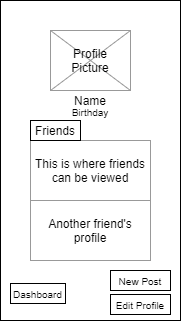
This is ux-design/Friends.png from agile-dev-assignments/user-experience-design-team-luniao-devolved, a draw.io export, as it was before one commit. Source tidied: cells renumbered, new cells last; positions are measured from the earlier drawing's top-left corner, leaving out a move shared by most shapes. Source of this version:
```xml
<mxGraphModel>
  <root>
    <mxCell id="0" />
    <mxCell id="1" parent="0" />
    <mxCell id="2" style="rounded=0;whiteSpace=wrap;html=1;" parent="1" vertex="1">
      <mxGeometry width="180" height="320" as="geometry" />
    </mxCell>
    <mxCell id="3" style="rounded=0;whiteSpace=wrap;html=1;strokeColor=#999999;" parent="1" vertex="1">
      <mxGeometry x="50" y="30" width="80" height="60" as="geometry" />
    </mxCell>
    <mxCell id="4" style="endArrow=none;html=1;exitX=1;exitY=0;exitDx=0;exitDy=0;strokeColor=#999999;" parent="1" edge="1" source="3">
      <mxGeometry relative="1" as="geometry">
        <mxPoint x="50" y="90" as="targetPoint" />
      </mxGeometry>
    </mxCell>
    <mxCell id="5" style="endArrow=none;html=1;entryX=1;entryY=1;entryDx=0;entryDy=0;exitX=0;exitY=0;exitDx=0;exitDy=0;strokeColor=#999999;" parent="1" edge="1" source="3" target="3">
      <mxGeometry relative="1" as="geometry" />
    </mxCell>
    <mxCell id="6" value="Name" style="text;html=1;strokeColor=none;fillColor=none;align=center;verticalAlign=middle;whiteSpace=wrap;rounded=0;" parent="1" vertex="1">
      <mxGeometry x="70" y="90" width="40" height="20" as="geometry" />
    </mxCell>
    <mxCell id="7" value="&lt;font style=&quot;font-size: 10px&quot;&gt;Birthday&lt;/font&gt;" style="text;html=1;strokeColor=none;fillColor=none;align=center;verticalAlign=middle;whiteSpace=wrap;rounded=0;" parent="1" vertex="1">
      <mxGeometry x="60" y="101" width="60" height="20" as="geometry" />
    </mxCell>
    <mxCell id="8" value="&lt;font style=&quot;font-size: 10px&quot;&gt;New Post&lt;/font&gt;" style="rounded=0;whiteSpace=wrap;html=1;" parent="1" vertex="1">
      <mxGeometry x="110" y="270" width="60" height="20" as="geometry" />
    </mxCell>
    <mxCell id="9" value="This is where friends can be viewed" style="rounded=0;whiteSpace=wrap;html=1;strokeColor=#999999;" parent="1" vertex="1">
      <mxGeometry x="30" y="140" width="120" height="60" as="geometry" />
    </mxCell>
    <mxCell id="10" value="Another friend's profile" style="rounded=0;whiteSpace=wrap;html=1;strokeColor=#999999;" parent="1" vertex="1">
      <mxGeometry x="30" y="200" width="120" height="60" as="geometry" />
    </mxCell>
    <mxCell id="11" value="&lt;font style=&quot;font-size: 10px&quot;&gt;Edit Profile&lt;/font&gt;" style="rounded=0;whiteSpace=wrap;html=1;" parent="1" vertex="1">
      <mxGeometry x="110" y="294" width="60" height="20" as="geometry" />
    </mxCell>
    <mxCell id="12" value="Profile Picture" style="text;html=1;strokeColor=none;fillColor=none;align=center;verticalAlign=middle;whiteSpace=wrap;rounded=0;" parent="1" vertex="1">
      <mxGeometry x="70" y="50" width="40" height="20" as="geometry" />
    </mxCell>
    <mxCell id="13" style="rounded=0;whiteSpace=wrap;html=1;strokeColor=#000000;" parent="1" vertex="1">
      <mxGeometry x="30" y="120" width="50" height="20" as="geometry" />
    </mxCell>
    <mxCell id="14" value="Friends" style="text;html=1;strokeColor=none;fillColor=none;align=center;verticalAlign=middle;whiteSpace=wrap;rounded=0;" parent="1" vertex="1">
      <mxGeometry x="30" y="120" width="50" height="20" as="geometry" />
    </mxCell>
    <mxCell id="15" value="&lt;font style=&quot;font-size: 10px&quot;&gt;Dashboard&lt;/font&gt;" style="rounded=0;whiteSpace=wrap;html=1;strokeColor=#000000;" parent="1" vertex="1">
      <mxGeometry x="10" y="283" width="55" height="20" as="geometry" />
    </mxCell>
  </root>
</mxGraphModel>
```
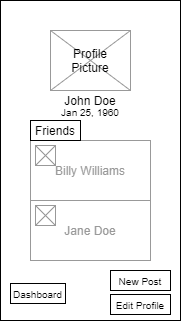
The same file after the commit.

Commit message:
Updated Friends and Profile names

The edit, as a diff of the source:
```diff
@@ -16,19 +16,19 @@
     <mxCell id="5" style="endArrow=none;html=1;entryX=1;entryY=1;entryDx=0;entryDy=0;exitX=0;exitY=0;exitDx=0;exitDy=0;strokeColor=#999999;" parent="1" edge="1" source="3" target="3">
       <mxGeometry relative="1" as="geometry" />
     </mxCell>
-    <mxCell id="6" value="Name" style="text;html=1;strokeColor=none;fillColor=none;align=center;verticalAlign=middle;whiteSpace=wrap;rounded=0;" parent="1" vertex="1">
-      <mxGeometry x="70" y="90" width="40" height="20" as="geometry" />
+    <mxCell id="6" value="John Doe" style="text;html=1;strokeColor=none;fillColor=none;align=center;verticalAlign=middle;whiteSpace=wrap;rounded=0;" parent="1" vertex="1">
+      <mxGeometry x="60" y="90" width="60" height="20" as="geometry" />
     </mxCell>
-    <mxCell id="7" value="&lt;font style=&quot;font-size: 10px&quot;&gt;Birthday&lt;/font&gt;" style="text;html=1;strokeColor=none;fillColor=none;align=center;verticalAlign=middle;whiteSpace=wrap;rounded=0;" parent="1" vertex="1">
+    <mxCell id="7" value="&lt;font style=&quot;font-size: 10px&quot;&gt;Jan 25, 1960&lt;/font&gt;" style="text;html=1;strokeColor=none;fillColor=none;align=center;verticalAlign=middle;whiteSpace=wrap;rounded=0;" parent="1" vertex="1">
       <mxGeometry x="60" y="101" width="60" height="20" as="geometry" />
     </mxCell>
     <mxCell id="8" value="&lt;font style=&quot;font-size: 10px&quot;&gt;New Post&lt;/font&gt;" style="rounded=0;whiteSpace=wrap;html=1;" parent="1" vertex="1">
       <mxGeometry x="110" y="270" width="60" height="20" as="geometry" />
     </mxCell>
-    <mxCell id="9" value="This is where friends can be viewed" style="rounded=0;whiteSpace=wrap;html=1;strokeColor=#999999;" parent="1" vertex="1">
+    <mxCell id="9" value="&lt;font color=&quot;#999999&quot;&gt;Billy Williams&lt;/font&gt;" style="rounded=0;whiteSpace=wrap;html=1;strokeColor=#999999;" parent="1" vertex="1">
       <mxGeometry x="30" y="140" width="120" height="60" as="geometry" />
     </mxCell>
-    <mxCell id="10" value="Another friend's profile" style="rounded=0;whiteSpace=wrap;html=1;strokeColor=#999999;" parent="1" vertex="1">
+    <mxCell id="10" value="&lt;font color=&quot;#999999&quot;&gt;Jane Doe&lt;/font&gt;" style="rounded=0;whiteSpace=wrap;html=1;strokeColor=#999999;" parent="1" vertex="1">
       <mxGeometry x="30" y="200" width="120" height="60" as="geometry" />
     </mxCell>
     <mxCell id="11" value="&lt;font style=&quot;font-size: 10px&quot;&gt;Edit Profile&lt;/font&gt;" style="rounded=0;whiteSpace=wrap;html=1;" parent="1" vertex="1">
@@ -46,5 +46,23 @@
     <mxCell id="15" value="&lt;font style=&quot;font-size: 10px&quot;&gt;Dashboard&lt;/font&gt;" style="rounded=0;whiteSpace=wrap;html=1;strokeColor=#000000;" parent="1" vertex="1">
       <mxGeometry x="10" y="283" width="55" height="20" as="geometry" />
     </mxCell>
+    <mxCell id="16" style="rounded=0;whiteSpace=wrap;html=1;strokeColor=#999999;" parent="1" vertex="1">
+      <mxGeometry x="35" y="145" width="20" height="20" as="geometry" />
+    </mxCell>
+    <mxCell id="17" style="endArrow=none;html=1;exitX=0;exitY=1;exitDx=0;exitDy=0;entryX=1;entryY=0;entryDx=0;entryDy=0;strokeColor=#999999;" parent="1" edge="1" source="16" target="16">
+      <mxGeometry relative="1" as="geometry" />
+    </mxCell>
+    <mxCell id="18" style="endArrow=none;html=1;entryX=0;entryY=0;entryDx=0;entryDy=0;exitX=1;exitY=1;exitDx=0;exitDy=0;strokeColor=#999999;" parent="1" edge="1" source="16" target="16">
+      <mxGeometry relative="1" as="geometry" />
+    </mxCell>
+    <mxCell id="19" style="rounded=0;whiteSpace=wrap;html=1;strokeColor=#999999;" parent="1" vertex="1">
+      <mxGeometry x="35" y="205" width="20" height="20" as="geometry" />
+    </mxCell>
+    <mxCell id="20" style="endArrow=none;html=1;exitX=0;exitY=1;exitDx=0;exitDy=0;entryX=1;entryY=0;entryDx=0;entryDy=0;strokeColor=#999999;" parent="1" edge="1" source="19" target="19">
+      <mxGeometry relative="1" as="geometry" />
+    </mxCell>
+    <mxCell id="21" style="endArrow=none;html=1;entryX=0;entryY=0;entryDx=0;entryDy=0;exitX=1;exitY=1;exitDx=0;exitDy=0;strokeColor=#999999;" parent="1" edge="1" source="19" target="19">
+      <mxGeometry relative="1" as="geometry" />
+    </mxCell>
   </root>
 </mxGraphModel>
```
